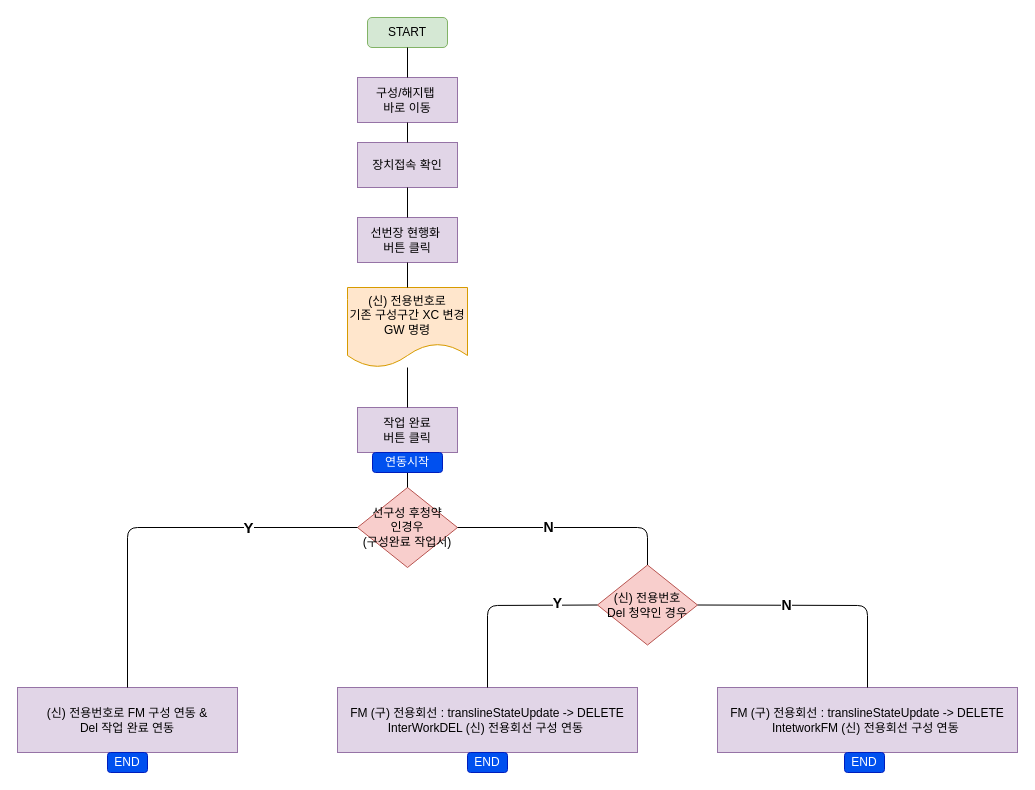
The draw.io diagram 작업서 진행.drawio in CharmingTree/UML, before the edit. Source tidied: cells renumbered, new cells numbered last; positions are measured from the earlier drawing's top-left corner, leaving out a move shared by most shapes. Both pictures are drawn from the tidied source at 100%, with x=0, y=0 at pixel (17, 17).
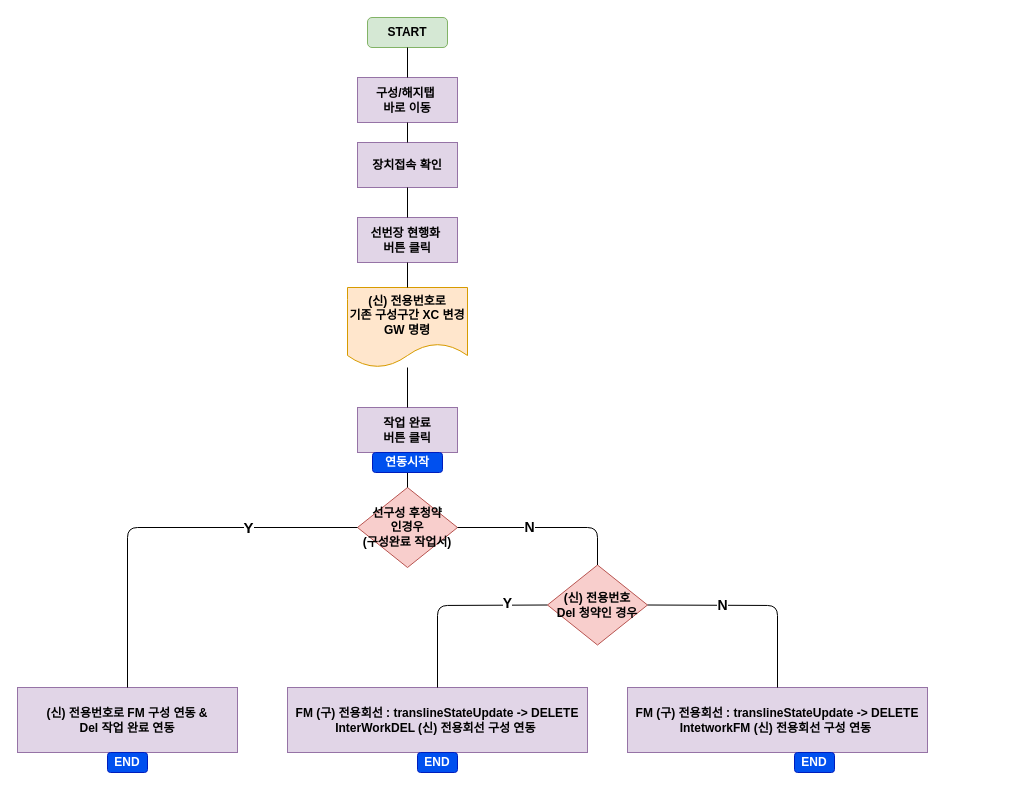
The same page after the edit.

Commit message:
Update 작업서 진행.drawio

Change to the diagram source:
```diff
@@
-    <mxCell id="2" value="START" style="rounded=1;whiteSpace=wrap;html=1;fillColor=#d5e8d4;strokeColor=#82b366;" parent="1" vertex="1">
+    <mxCell id="2" value="START" style="rounded=1;whiteSpace=wrap;html=1;fillColor=#d5e8d4;strokeColor=#82b366;fontStyle=1;" parent="1" vertex="1">
       <mxGeometry x="350" width="80" height="30" as="geometry" />
     </mxCell>
-    <mxCell id="3" value="구성/해지탭&amp;nbsp;&lt;br&gt;바로 이동" style="rounded=0;whiteSpace=wrap;html=1;fillColor=#e1d5e7;strokeColor=#9673a6;" parent="1" vertex="1">
+    <mxCell id="3" value="구성/해지탭&amp;nbsp;&lt;br&gt;바로 이동" style="rounded=0;whiteSpace=wrap;html=1;fillColor=#e1d5e7;strokeColor=#9673a6;fontStyle=1;" parent="1" vertex="1">
       <mxGeometry x="340" y="60" width="100" height="45" as="geometry" />
     </mxCell>
-    <mxCell id="4" value="선번장 현행화&amp;nbsp;&lt;br&gt;버튼 클릭" style="rounded=0;whiteSpace=wrap;html=1;fillColor=#e1d5e7;strokeColor=#9673a6;" parent="1" vertex="1">
+    <mxCell id="4" value="선번장 현행화&amp;nbsp;&lt;br&gt;버튼 클릭" style="rounded=0;whiteSpace=wrap;html=1;fillColor=#e1d5e7;strokeColor=#9673a6;fontStyle=1;" parent="1" vertex="1">
       <mxGeometry x="340" y="200" width="100" height="45" as="geometry" />
     </mxCell>
-    <mxCell id="5" value="(신) 전용번호로&lt;br&gt;기존 구성구간 XC 변경 GW 명령" style="shape=document;whiteSpace=wrap;html=1;boundedLbl=1;fillColor=#ffe6cc;strokeColor=#d79b00;" parent="1" vertex="1">
+    <mxCell id="5" value="(신) 전용번호로&lt;br&gt;기존 구성구간 XC 변경 GW 명령" style="shape=document;whiteSpace=wrap;html=1;boundedLbl=1;fillColor=#ffe6cc;strokeColor=#d79b00;fontStyle=1;" parent="1" vertex="1">
       <mxGeometry x="330" y="270" width="120" height="80" as="geometry" />
     </mxCell>
-    <mxCell id="6" value="작업 완료&lt;br&gt;버튼 클릭" style="rounded=0;whiteSpace=wrap;html=1;fillColor=#e1d5e7;strokeColor=#9673a6;" parent="1" vertex="1">
+    <mxCell id="6" value="작업 완료&lt;br&gt;버튼 클릭" style="rounded=0;whiteSpace=wrap;html=1;fillColor=#e1d5e7;strokeColor=#9673a6;fontStyle=1;" parent="1" vertex="1">
       <mxGeometry x="340" y="390" width="100" height="45" as="geometry" />
     </mxCell>
-    <mxCell id="7" value="장치접속 확인" style="rounded=0;whiteSpace=wrap;html=1;fillColor=#e1d5e7;strokeColor=#9673a6;" parent="1" vertex="1">
+    <mxCell id="7" value="장치접속 확인" style="rounded=0;whiteSpace=wrap;html=1;fillColor=#e1d5e7;strokeColor=#9673a6;fontStyle=1;" parent="1" vertex="1">
       <mxGeometry x="340" y="125" width="100" height="45" as="geometry" />
     </mxCell>
-    <mxCell id="8" value="선구성 후청약&lt;br&gt;인경우&lt;br&gt;(구성완료 작업서)" style="rhombus;whiteSpace=wrap;html=1;fillColor=#f8cecc;strokeColor=#b85450;" parent="1" vertex="1">
+    <mxCell id="8" value="선구성 후청약&lt;br&gt;인경우&lt;br&gt;(구성완료 작업서)" style="rhombus;whiteSpace=wrap;html=1;fillColor=#f8cecc;strokeColor=#b85450;fontStyle=1;" parent="1" vertex="1">
       <mxGeometry x="340" y="470" width="100" height="80" as="geometry" />
     </mxCell>
-    <mxCell id="9" value="FM (구) 전용회선 : translineStateUpdate -&amp;gt; DELETE&lt;br&gt;InterWorkDEL (신) 전용회선 구성 연동&amp;nbsp;" style="rounded=0;whiteSpace=wrap;html=1;fillColor=#e1d5e7;strokeColor=#9673a6;" parent="1" vertex="1">
-      <mxGeometry x="320" y="670" width="300" height="65" as="geometry" />
+    <mxCell id="9" value="FM (구) 전용회선 : translineStateUpdate -&amp;gt; DELETE&lt;br&gt;InterWorkDEL (신) 전용회선 구성 연동&amp;nbsp;" style="rounded=0;whiteSpace=wrap;html=1;fillColor=#e1d5e7;strokeColor=#9673a6;fontStyle=1;" parent="1" vertex="1">
+      <mxGeometry x="270" y="670" width="300" height="65" as="geometry" />
     </mxCell>
-    <mxCell id="10" value="(신) 전용번호로 FM 구성 연동 &amp;amp;&lt;br&gt;Del 작업 완료 연동&lt;br&gt;" style="rounded=0;whiteSpace=wrap;html=1;fillColor=#e1d5e7;strokeColor=#9673a6;" parent="1" vertex="1">
+    <mxCell id="10" value="(신) 전용번호로 FM 구성 연동 &amp;amp;&lt;br&gt;Del 작업 완료 연동&lt;br&gt;" style="rounded=0;whiteSpace=wrap;html=1;fillColor=#e1d5e7;strokeColor=#9673a6;fontStyle=1;" parent="1" vertex="1">
       <mxGeometry y="670" width="220" height="65" as="geometry" />
     </mxCell>
-    <mxCell id="11" value="(신) 전용번호&lt;br&gt;Del 청약인 경우" style="rhombus;whiteSpace=wrap;html=1;fillColor=#f8cecc;strokeColor=#b85450;" parent="1" vertex="1">
-      <mxGeometry x="580" y="547.5" width="100" height="80" as="geometry" />
+    <mxCell id="11" value="(신) 전용번호&lt;br&gt;Del 청약인 경우" style="rhombus;whiteSpace=wrap;html=1;fillColor=#f8cecc;strokeColor=#b85450;fontStyle=1;" parent="1" vertex="1">
+      <mxGeometry x="530" y="547.5" width="100" height="80" as="geometry" />
     </mxCell>
@@
     <mxCell id="13" value="N" style="endArrow=none;html=1;entryX=1;entryY=0.5;entryDx=0;entryDy=0;exitX=0.5;exitY=0;exitDx=0;exitDy=0;fontSize=14;fontStyle=1;" parent="1" edge="1" source="11" target="8">
       <mxGeometry x="0.21" relative="1" as="geometry">
         <Array as="points">
-          <mxPoint x="630" y="510" />
+          <mxPoint x="580" y="510" />
         </Array>
         <mxPoint x="1" as="offset" />
       </mxGeometry>
     </mxCell>
     <mxCell id="14" style="endArrow=none;html=1;entryX=0;entryY=0.5;entryDx=0;entryDy=0;exitX=0.5;exitY=0;exitDx=0;exitDy=0;fontSize=14;fontStyle=1;" parent="1" edge="1" source="9" target="11">
       <mxGeometry relative="1" as="geometry">
         <Array as="points">
-          <mxPoint x="470" y="588" />
+          <mxPoint x="420" y="588" />
         </Array>
       </mxGeometry>
     </mxCell>
@@
-    <mxCell id="16" value="FM (구) 전용회선 : translineStateUpdate -&amp;gt; DELETE&lt;br&gt;IntetworkFM (신) 전용회선 구성 연동&amp;nbsp;" style="rounded=0;whiteSpace=wrap;html=1;fillColor=#e1d5e7;strokeColor=#9673a6;" parent="1" vertex="1">
-      <mxGeometry x="700" y="670" width="300" height="65" as="geometry" />
+    <mxCell id="16" value="FM (구) 전용회선 : translineStateUpdate -&amp;gt; DELETE&lt;br&gt;IntetworkFM (신) 전용회선 구성 연동&amp;nbsp;" style="rounded=0;whiteSpace=wrap;html=1;fillColor=#e1d5e7;strokeColor=#9673a6;fontStyle=1;" parent="1" vertex="1">
+      <mxGeometry x="610" y="670" width="300" height="65" as="geometry" />
     </mxCell>
     <mxCell id="17" value="N" style="endArrow=none;html=1;entryX=1;entryY=0.5;entryDx=0;entryDy=0;exitX=0.5;exitY=0;exitDx=0;exitDy=0;fontSize=14;fontStyle=1;" parent="1" edge="1" source="16" target="11">
       <mxGeometry x="0.29" relative="1" as="geometry">
         <Array as="points">
-          <mxPoint x="850" y="588" />
+          <mxPoint x="760" y="588" />
         </Array>
       </mxGeometry>
     </mxCell>
-    <mxCell id="18" style="endArrow=none;html=1;entryX=0.5;entryY=1;entryDx=0;entryDy=0;exitX=0.5;exitY=0;exitDx=0;exitDy=0;" parent="1" edge="1" source="3" target="2">
+    <mxCell id="18" style="endArrow=none;html=1;entryX=0.5;entryY=1;entryDx=0;entryDy=0;exitX=0.5;exitY=0;exitDx=0;exitDy=0;fontStyle=1;" parent="1" edge="1" source="3" target="2">
       <mxGeometry relative="1" as="geometry" />
     </mxCell>
-    <mxCell id="19" style="endArrow=none;html=1;entryX=0.5;entryY=1;entryDx=0;entryDy=0;exitX=0.5;exitY=0;exitDx=0;exitDy=0;" parent="1" edge="1" source="7" target="3">
+    <mxCell id="19" style="endArrow=none;html=1;entryX=0.5;entryY=1;entryDx=0;entryDy=0;exitX=0.5;exitY=0;exitDx=0;exitDy=0;fontStyle=1;" parent="1" edge="1" source="7" target="3">
       <mxGeometry relative="1" as="geometry" />
     </mxCell>
-    <mxCell id="20" style="endArrow=none;html=1;entryX=0.5;entryY=1;entryDx=0;entryDy=0;exitX=0.5;exitY=0;exitDx=0;exitDy=0;" parent="1" edge="1" source="4" target="7">
+    <mxCell id="20" style="endArrow=none;html=1;entryX=0.5;entryY=1;entryDx=0;entryDy=0;exitX=0.5;exitY=0;exitDx=0;exitDy=0;fontStyle=1;" parent="1" edge="1" source="4" target="7">
       <mxGeometry relative="1" as="geometry" />
     </mxCell>
-    <mxCell id="21" style="endArrow=none;html=1;entryX=0.5;entryY=1;entryDx=0;entryDy=0;" parent="1" edge="1" source="5" target="4">
+    <mxCell id="21" style="endArrow=none;html=1;entryX=0.5;entryY=1;entryDx=0;entryDy=0;fontStyle=1;" parent="1" edge="1" source="5" target="4">
       <mxGeometry relative="1" as="geometry" />
     </mxCell>
-    <mxCell id="22" style="endArrow=none;html=1;entryX=0.5;entryY=0;entryDx=0;entryDy=0;" parent="1" edge="1" source="5" target="6">
+    <mxCell id="22" style="endArrow=none;html=1;entryX=0.5;entryY=0;entryDx=0;entryDy=0;fontStyle=1;" parent="1" edge="1" source="5" target="6">
       <mxGeometry relative="1" as="geometry" />
     </mxCell>
-    <mxCell id="23" style="endArrow=none;html=1;entryX=0.5;entryY=1;entryDx=0;entryDy=0;exitX=0.5;exitY=0;exitDx=0;exitDy=0;" parent="1" edge="1" source="8" target="6">
+    <mxCell id="23" style="endArrow=none;html=1;entryX=0.5;entryY=1;entryDx=0;entryDy=0;exitX=0.5;exitY=0;exitDx=0;exitDy=0;fontStyle=1;" parent="1" edge="1" source="8" target="6">
       <mxGeometry relative="1" as="geometry" />
     </mxCell>
-    <mxCell id="24" value="END" style="rounded=1;whiteSpace=wrap;html=1;fillColor=#0050ef;strokeColor=#001DBC;fontColor=#ffffff;" parent="1" vertex="1">
+    <mxCell id="24" value="END" style="rounded=1;whiteSpace=wrap;html=1;fillColor=#0050ef;strokeColor=#001DBC;fontColor=#ffffff;fontStyle=1;" parent="1" vertex="1">
       <mxGeometry x="90" y="735" width="40" height="20" as="geometry" />
     </mxCell>
-    <mxCell id="25" value="END" style="rounded=1;whiteSpace=wrap;html=1;fillColor=#0050ef;strokeColor=#001DBC;fontColor=#ffffff;" parent="1" vertex="1">
-      <mxGeometry x="450" y="735" width="40" height="20" as="geometry" />
+    <mxCell id="25" value="END" style="rounded=1;whiteSpace=wrap;html=1;fillColor=#0050ef;strokeColor=#001DBC;fontColor=#ffffff;fontStyle=1;" parent="1" vertex="1">
+      <mxGeometry x="400" y="735" width="40" height="20" as="geometry" />
     </mxCell>
-    <mxCell id="26" value="END" style="rounded=1;whiteSpace=wrap;html=1;fillColor=#0050ef;strokeColor=#001DBC;fontColor=#ffffff;" parent="1" vertex="1">
-      <mxGeometry x="827" y="735" width="40" height="20" as="geometry" />
+    <mxCell id="26" value="END" style="rounded=1;whiteSpace=wrap;html=1;fillColor=#0050ef;strokeColor=#001DBC;fontColor=#ffffff;fontStyle=1;" parent="1" vertex="1">
+      <mxGeometry x="777" y="735" width="40" height="20" as="geometry" />
     </mxCell>
-    <mxCell id="27" value="연동시작" style="rounded=1;whiteSpace=wrap;html=1;fillColor=#0050ef;strokeColor=#001DBC;fontColor=#ffffff;" parent="1" vertex="1">
+    <mxCell id="27" value="연동시작" style="rounded=1;whiteSpace=wrap;html=1;fillColor=#0050ef;strokeColor=#001DBC;fontColor=#ffffff;fontStyle=1;" parent="1" vertex="1">
       <mxGeometry x="355" y="435" width="70" height="20" as="geometry" />
     </mxCell>
```
